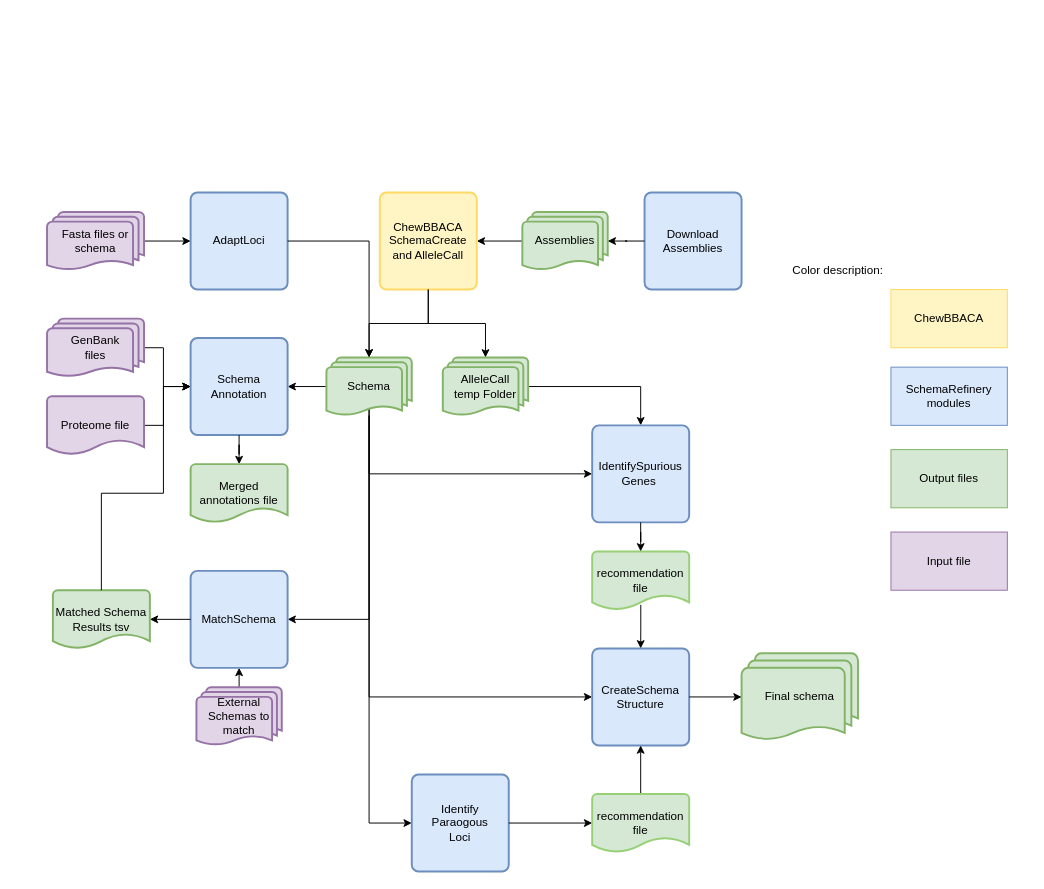
Earlier version of the draw.io diagram SchemaRefinery/docs/SchemaRefinery/Overview/source/Schema_creation_workflow.drawio (B-UMMI/Schema_Refinery). Source tidied: cells renumbered, new cells numbered last; positions are measured from the earlier drawing's top-left corner, leaving out a move shared by most shapes. Both pictures are drawn from the tidied source at 97%, with x=0, y=0 at pixel (47, 192).
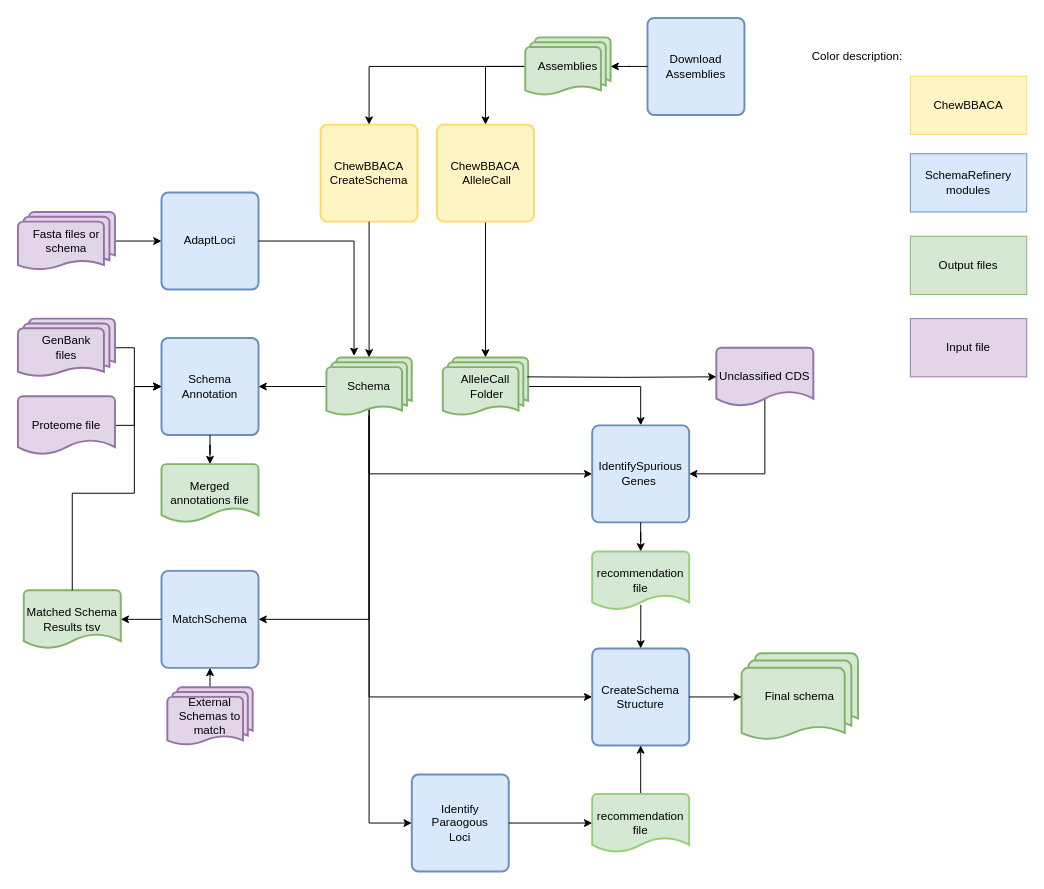
The same diagram, later.

Unchanged cells that the change refers to:
```xml
<mxCell id="12" value="Schema" style="strokeWidth=2;html=1;shape=mxgraph.flowchart.multi-document;whiteSpace=wrap;fillColor=#d5e8d4;strokeColor=#82b366;" parent="1" vertex="1">
  <mxGeometry x="288" y="170" width="88" height="60" as="geometry" />
</mxCell>
<mxCell id="30" value="IdentifySpurious&lt;div&gt;Genes&amp;nbsp;&lt;/div&gt;" style="rounded=1;whiteSpace=wrap;html=1;absoluteArcSize=1;arcSize=14;strokeWidth=2;fillColor=#dae8fc;strokeColor=#6c8ebf;" parent="1" vertex="1">
  <mxGeometry x="562" y="240" width="100" height="100" as="geometry" />
</mxCell>
```

Diff of the diagram source:
```diff
@@
     <mxCell id="2" value="Download&lt;div&gt;Assemblies&lt;/div&gt;" style="rounded=1;whiteSpace=wrap;html=1;absoluteArcSize=1;arcSize=14;strokeWidth=2;fillColor=#dae8fc;strokeColor=#6c8ebf;" parent="1" vertex="1">
-      <mxGeometry x="616" width="100" height="100" as="geometry" />
+      <mxGeometry x="619" y="-180" width="100" height="100" as="geometry" />
     </mxCell>
-    <mxCell id="3" style="edgeStyle=orthogonalEdgeStyle;rounded=0;jettySize=auto;html=1;entryX=1;entryY=0.5;entryDx=0;entryDy=0;" parent="1" edge="1" source="4" target="6">
+    <mxCell id="3" style="edgeStyle=orthogonalEdgeStyle;rounded=0;jettySize=auto;html=1;entryX=0.5;entryY=0;entryDx=0;entryDy=0;" parent="1" edge="1" source="4" target="6">
       <mxGeometry relative="1" as="geometry" />
     </mxCell>
+    <mxCell id="50" style="edgeStyle=orthogonalEdgeStyle;rounded=0;jettySize=auto;html=1;entryX=0.5;entryY=0;entryDx=0;entryDy=0;exitX=0;exitY=0.5;exitDx=0;exitDy=0;exitPerimeter=0;" parent="1" edge="1" source="4" target="54">
+      <mxGeometry relative="1" as="geometry" />
+    </mxCell>
     <mxCell id="4" value="Assemblies" style="strokeWidth=2;html=1;shape=mxgraph.flowchart.multi-document;whiteSpace=wrap;fillColor=#d5e8d4;strokeColor=#82b366;" parent="1" vertex="1">
-      <mxGeometry x="490" y="20" width="88" height="60" as="geometry" />
+      <mxGeometry x="493" y="-160" width="88" height="60" as="geometry" />
     </mxCell>
@@
-    <mxCell id="6" value="ChewBBACA SchemaCreate&lt;div&gt;and AlleleCall&lt;/div&gt;" style="rounded=1;whiteSpace=wrap;html=1;absoluteArcSize=1;arcSize=14;strokeWidth=2;fillColor=#FFF4C3;strokeColor=#FFD966;" parent="1" vertex="1">
-      <mxGeometry x="343" width="100" height="100" as="geometry" />
+    <mxCell id="6" value="ChewBBACA CreateSchema" style="rounded=1;whiteSpace=wrap;html=1;absoluteArcSize=1;arcSize=14;strokeWidth=2;fillColor=#FFF4C3;strokeColor=#FFD966;" parent="1" vertex="1">
+      <mxGeometry x="282" y="-70" width="100" height="100" as="geometry" />
     </mxCell>
-    <mxCell id="7" style="edgeStyle=orthogonalEdgeStyle;rounded=0;jettySize=auto;html=1;entryX=1;entryY=0.5;entryDx=0;entryDy=0;" parent="1" edge="1" source="12" target="17">
+    <mxCell id="7" style="edgeStyle=orthogonalEdgeStyle;rounded=0;jettySize=auto;html=1;entryX=1;entryY=0.5;entryDx=0;entryDy=0;exitX=0;exitY=0.5;exitDx=0;exitDy=0;exitPerimeter=0;" parent="1" edge="1" source="12" target="17">
       <mxGeometry relative="1" as="geometry" />
     </mxCell>
@@
-    <mxCell id="14" value="AlleleCall&lt;div&gt;temp Folder&lt;/div&gt;" style="strokeWidth=2;html=1;shape=mxgraph.flowchart.multi-document;whiteSpace=wrap;fillColor=#d5e8d4;strokeColor=#82b366;" parent="1" vertex="1">
+    <mxCell id="14" value="AlleleCall&lt;div&gt;&amp;nbsp;Folder&lt;/div&gt;" style="strokeWidth=2;html=1;shape=mxgraph.flowchart.multi-document;whiteSpace=wrap;fillColor=#d5e8d4;strokeColor=#82b366;" parent="1" vertex="1">
       <mxGeometry x="408" y="170" width="88" height="60" as="geometry" />
     </mxCell>
-    <mxCell id="15" style="edgeStyle=orthogonalEdgeStyle;rounded=0;jettySize=auto;html=1;entryX=0.5;entryY=0;entryDx=0;entryDy=0;entryPerimeter=0;" parent="1" edge="1" source="6" target="12">
+    <mxCell id="15" style="edgeStyle=orthogonalEdgeStyle;rounded=0;jettySize=auto;html=1;entryX=0.5;entryY=0;entryDx=0;entryDy=0;entryPerimeter=0;exitX=0.5;exitY=1;exitDx=0;exitDy=0;" parent="1" edge="1" source="6" target="12">
       <mxGeometry relative="1" as="geometry" />
     </mxCell>
-    <mxCell id="16" style="edgeStyle=orthogonalEdgeStyle;rounded=0;jettySize=auto;html=1;entryX=0.5;entryY=0;entryDx=0;entryDy=0;entryPerimeter=0;" parent="1" edge="1" source="6" target="14">
+    <mxCell id="16" style="edgeStyle=orthogonalEdgeStyle;rounded=0;jettySize=auto;html=1;entryX=0.5;entryY=0;entryDx=0;entryDy=0;entryPerimeter=0;exitX=0.5;exitY=1;exitDx=0;exitDy=0;" parent="1" edge="1" source="54" target="14">
       <mxGeometry relative="1" as="geometry" />
     </mxCell>
     <mxCell id="17" value="Schema&lt;div&gt;Annotation&lt;/div&gt;" style="rounded=1;whiteSpace=wrap;html=1;absoluteArcSize=1;arcSize=14;strokeWidth=2;fillColor=#dae8fc;strokeColor=#6c8ebf;" parent="1" vertex="1">
-      <mxGeometry x="148" y="150" width="100" height="100" as="geometry" />
+      <mxGeometry x="118" y="150" width="100" height="100" as="geometry" />
     </mxCell>
     <mxCell id="18" style="edgeStyle=orthogonalEdgeStyle;rounded=0;jettySize=auto;html=1;entryX=0;entryY=0.5;entryDx=0;entryDy=0;" parent="1" edge="1" source="19" target="17">
       <mxGeometry relative="1" as="geometry">
         <Array as="points">
-          <mxPoint x="120" y="160" />
-          <mxPoint x="120" y="200" />
+          <mxPoint x="90" y="160" />
+          <mxPoint x="90" y="200" />
         </Array>
       </mxGeometry>
     </mxCell>
     <mxCell id="19" value="GenBank&lt;div&gt;files&lt;/div&gt;" style="strokeWidth=2;html=1;shape=mxgraph.flowchart.multi-document;whiteSpace=wrap;fillColor=#E1D5E7;strokeColor=#9673A6;" parent="1" vertex="1">
-      <mxGeometry y="130" width="100" height="60" as="geometry" />
+      <mxGeometry x="-30" y="130" width="100" height="60" as="geometry" />
     </mxCell>
     <mxCell id="20" style="edgeStyle=orthogonalEdgeStyle;rounded=0;jettySize=auto;html=1;entryX=0;entryY=0.5;entryDx=0;entryDy=0;" parent="1" edge="1" source="21" target="17">
       <mxGeometry relative="1" as="geometry">
         <Array as="points">
-          <mxPoint x="120" y="240" />
-          <mxPoint x="120" y="200" />
+          <mxPoint x="90" y="240" />
+          <mxPoint x="90" y="200" />
         </Array>
       </mxGeometry>
     </mxCell>
     <mxCell id="21" value="Proteome file" style="strokeWidth=2;html=1;shape=mxgraph.flowchart.document2;whiteSpace=wrap;size=0.25;fillColor=#E1D5E7;strokeColor=#9673A6;" parent="1" vertex="1">
-      <mxGeometry y="210" width="100" height="60" as="geometry" />
+      <mxGeometry x="-30" y="210" width="100" height="60" as="geometry" />
     </mxCell>
     <mxCell id="22" value="Merged annotations file" style="strokeWidth=2;html=1;shape=mxgraph.flowchart.document2;whiteSpace=wrap;size=0.25;fillColor=#d5e8d4;strokeColor=#82b366;" parent="1" vertex="1">
-      <mxGeometry x="148" y="280" width="100" height="60" as="geometry" />
+      <mxGeometry x="118" y="280" width="100" height="60" as="geometry" />
     </mxCell>
@@
     <mxCell id="24" value="MatchSchema" style="rounded=1;whiteSpace=wrap;html=1;absoluteArcSize=1;arcSize=14;strokeWidth=2;fillColor=#dae8fc;strokeColor=#6c8ebf;" parent="1" vertex="1">
-      <mxGeometry x="148" y="390" width="100" height="100" as="geometry" />
+      <mxGeometry x="118" y="390" width="100" height="100" as="geometry" />
     </mxCell>
     <mxCell id="25" style="edgeStyle=orthogonalEdgeStyle;rounded=0;jettySize=auto;html=1;" parent="1" edge="1" source="26">
       <mxGeometry relative="1" as="geometry">
-        <mxPoint x="198" y="490" as="targetPoint" />
+        <mxPoint x="168" y="490" as="targetPoint" />
       </mxGeometry>
     </mxCell>
     <mxCell id="26" value="External Schemas to match" style="strokeWidth=2;html=1;shape=mxgraph.flowchart.multi-document;whiteSpace=wrap;fillColor=#E1D5E7;strokeColor=#9673A6;" parent="1" vertex="1">
-      <mxGeometry x="154" y="510" width="88" height="60" as="geometry" />
+      <mxGeometry x="124" y="510" width="88" height="60" as="geometry" />
     </mxCell>
     <mxCell id="27" value="Matched Schema Results tsv" style="strokeWidth=2;html=1;shape=mxgraph.flowchart.document2;whiteSpace=wrap;size=0.25;fillColor=#d5e8d4;strokeColor=#82b366;" parent="1" vertex="1">
-      <mxGeometry x="6" y="410" width="100" height="60" as="geometry" />
+      <mxGeometry x="-24" y="410" width="100" height="60" as="geometry" />
     </mxCell>
@@
     <mxCell id="32" value="SchemaRefinery modules" style="rounded=0;whiteSpace=wrap;html=1;fillColor=#dae8fc;strokeColor=#6c8ebf;" parent="1" vertex="1">
-      <mxGeometry x="870" y="180" width="120" height="60" as="geometry" />
+      <mxGeometry x="890" y="-40" width="120" height="60" as="geometry" />
     </mxCell>
     <mxCell id="33" value="ChewBBACA" style="rounded=0;whiteSpace=wrap;html=1;fillColor=#FFF4C3;strokeColor=#FFD966;" parent="1" vertex="1">
-      <mxGeometry x="870" y="100" width="120" height="60" as="geometry" />
+      <mxGeometry x="890" y="-120" width="120" height="60" as="geometry" />
     </mxCell>
     <mxCell id="34" value="Output files" style="rounded=0;whiteSpace=wrap;html=1;fillColor=#d5e8d4;strokeColor=#82b366;" parent="1" vertex="1">
-      <mxGeometry x="870" y="265" width="120" height="60" as="geometry" />
+      <mxGeometry x="890" y="45" width="120" height="60" as="geometry" />
     </mxCell>
     <mxCell id="35" value="Color description:" style="text;html=1;align=center;verticalAlign=middle;strokeColor=none;fillColor=none;" parent="1" vertex="1">
-      <mxGeometry x="760" y="65" width="110" height="30" as="geometry" />
+      <mxGeometry x="780" y="-155" width="110" height="30" as="geometry" />
     </mxCell>
     <mxCell id="36" value="Input file" style="rounded=0;whiteSpace=wrap;html=1;fillColor=#E1D5E7;strokeColor=#9673A6;" parent="1" vertex="1">
-      <mxGeometry x="870" y="350" width="120" height="60" as="geometry" />
+      <mxGeometry x="890" y="130" width="120" height="60" as="geometry" />
     </mxCell>
     <mxCell id="37" value="AdaptLoci" style="rounded=1;whiteSpace=wrap;html=1;absoluteArcSize=1;arcSize=14;strokeWidth=2;fillColor=#dae8fc;strokeColor=#6c8ebf;" parent="1" vertex="1">
-      <mxGeometry x="148" width="100" height="100" as="geometry" />
+      <mxGeometry x="118" width="100" height="100" as="geometry" />
     </mxCell>
@@
     <mxCell id="39" value="Fasta files or schema" style="strokeWidth=2;html=1;shape=mxgraph.flowchart.multi-document;whiteSpace=wrap;fillColor=#E1D5E7;strokeColor=#9673A6;" parent="1" vertex="1">
-      <mxGeometry y="20" width="100" height="60" as="geometry" />
+      <mxGeometry x="-30" y="20" width="100" height="60" as="geometry" />
     </mxCell>
-    <mxCell id="40" style="edgeStyle=orthogonalEdgeStyle;rounded=0;jettySize=auto;html=1;entryX=0.5;entryY=0;entryDx=0;entryDy=0;entryPerimeter=0;" parent="1" edge="1" source="37" target="12">
+    <mxCell id="40" style="edgeStyle=orthogonalEdgeStyle;rounded=0;jettySize=auto;html=1;entryX=0.324;entryY=-0.025;entryDx=0;entryDy=0;entryPerimeter=0;" parent="1" edge="1" source="37" target="12">
       <mxGeometry relative="1" as="geometry" />
     </mxCell>
     <mxCell id="41" style="edgeStyle=orthogonalEdgeStyle;rounded=0;jettySize=auto;html=1;entryX=0;entryY=0.5;entryDx=0;entryDy=0;exitX=0.5;exitY=0;exitDx=0;exitDy=0;exitPerimeter=0;" parent="1" edge="1" source="27" target="17">
       <mxGeometry relative="1" as="geometry">
         <Array as="points">
-          <mxPoint x="56" y="310" />
-          <mxPoint x="120" y="310" />
-          <mxPoint x="120" y="200" />
+          <mxPoint x="26" y="310" />
+          <mxPoint x="90" y="310" />
+          <mxPoint x="90" y="200" />
         </Array>
       </mxGeometry>
     </mxCell>
@@
+    <mxCell id="51" style="edgeStyle=orthogonalEdgeStyle;rounded=0;jettySize=auto;html=1;entryX=1;entryY=0.5;entryDx=0;entryDy=0;exitX=0.5;exitY=0.883;exitDx=0;exitDy=0;exitPerimeter=0;" parent="1" edge="1" source="52" target="30">
+      <mxGeometry relative="1" as="geometry">
+        <Array as="points">
+          <mxPoint x="740" y="290" />
+        </Array>
+      </mxGeometry>
+    </mxCell>
+    <mxCell id="52" value="Unclassified CDS" style="strokeWidth=2;html=1;shape=mxgraph.flowchart.document2;whiteSpace=wrap;size=0.25;fillColor=#E1D5E7;strokeColor=#9673A6;" parent="1" vertex="1">
+      <mxGeometry x="690" y="160" width="100" height="60" as="geometry" />
+    </mxCell>
+    <mxCell id="53" style="edgeStyle=orthogonalEdgeStyle;rounded=0;jettySize=auto;html=1;entryX=0;entryY=0.5;entryDx=0;entryDy=0;entryPerimeter=0;" parent="1" edge="1" target="52">
+      <mxGeometry relative="1" as="geometry">
+        <mxPoint x="495" y="190" as="sourcePoint" />
+      </mxGeometry>
+    </mxCell>
+    <mxCell id="54" value="ChewBBACA&lt;div&gt;&lt;span style=&quot;background-color: transparent; color: light-dark(rgb(0, 0, 0), rgb(255, 255, 255));&quot;&gt;&amp;nbsp;AlleleCall&lt;/span&gt;&lt;/div&gt;" style="rounded=1;whiteSpace=wrap;html=1;absoluteArcSize=1;arcSize=14;strokeWidth=2;fillColor=#FFF4C3;strokeColor=#FFD966;" parent="1" vertex="1">
+      <mxGeometry x="402" y="-70" width="100" height="100" as="geometry" />
+    </mxCell>
```
